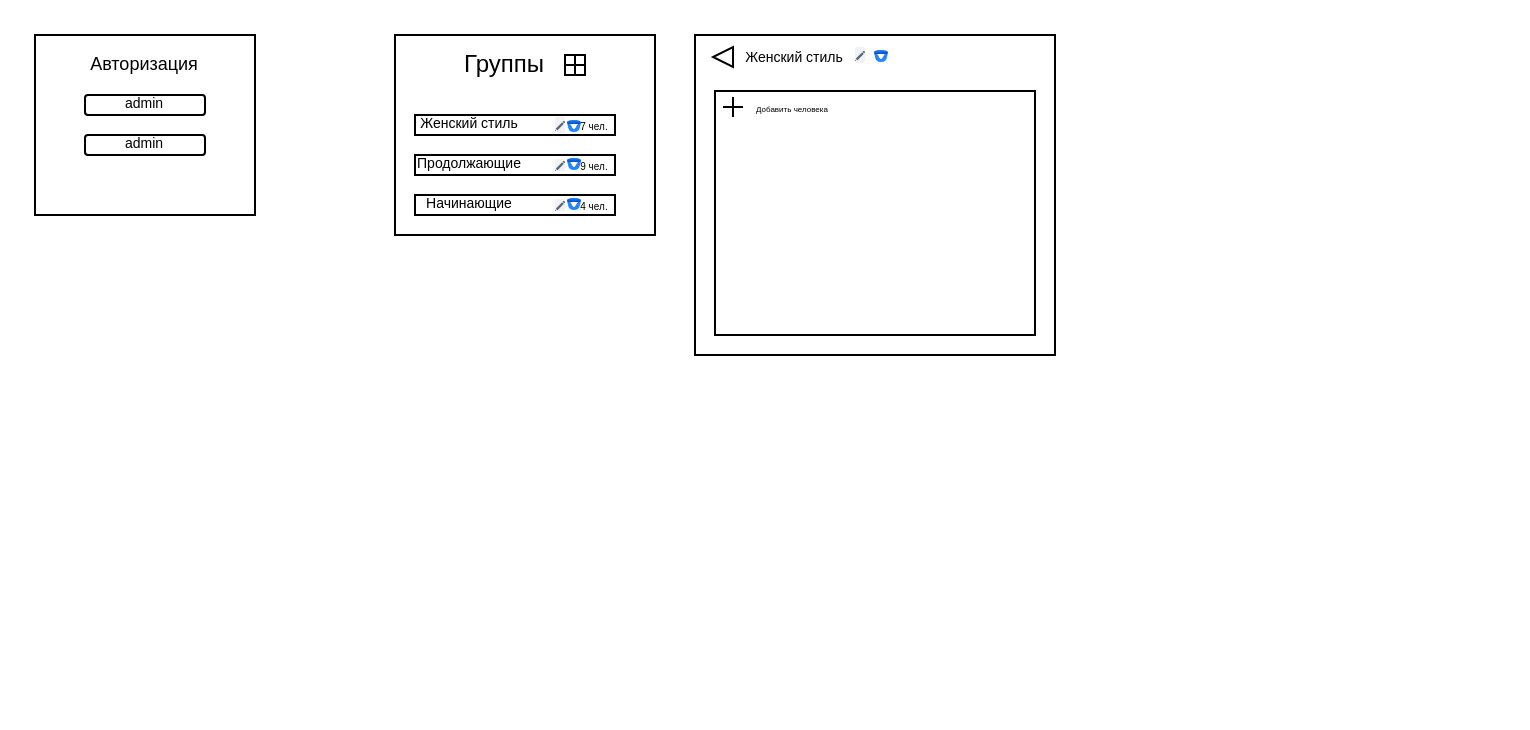
Above: Диаграмма без названия.drawio in ValentinBrest/CV (draw.io), before the change. Source tidied: cells renumbered, new cells numbered last; positions are measured from the earlier drawing's top-left corner, leaving out a move shared by most shapes. Both pictures are drawn from the tidied source at 200%, with x=0, y=0 at pixel (34, 34).
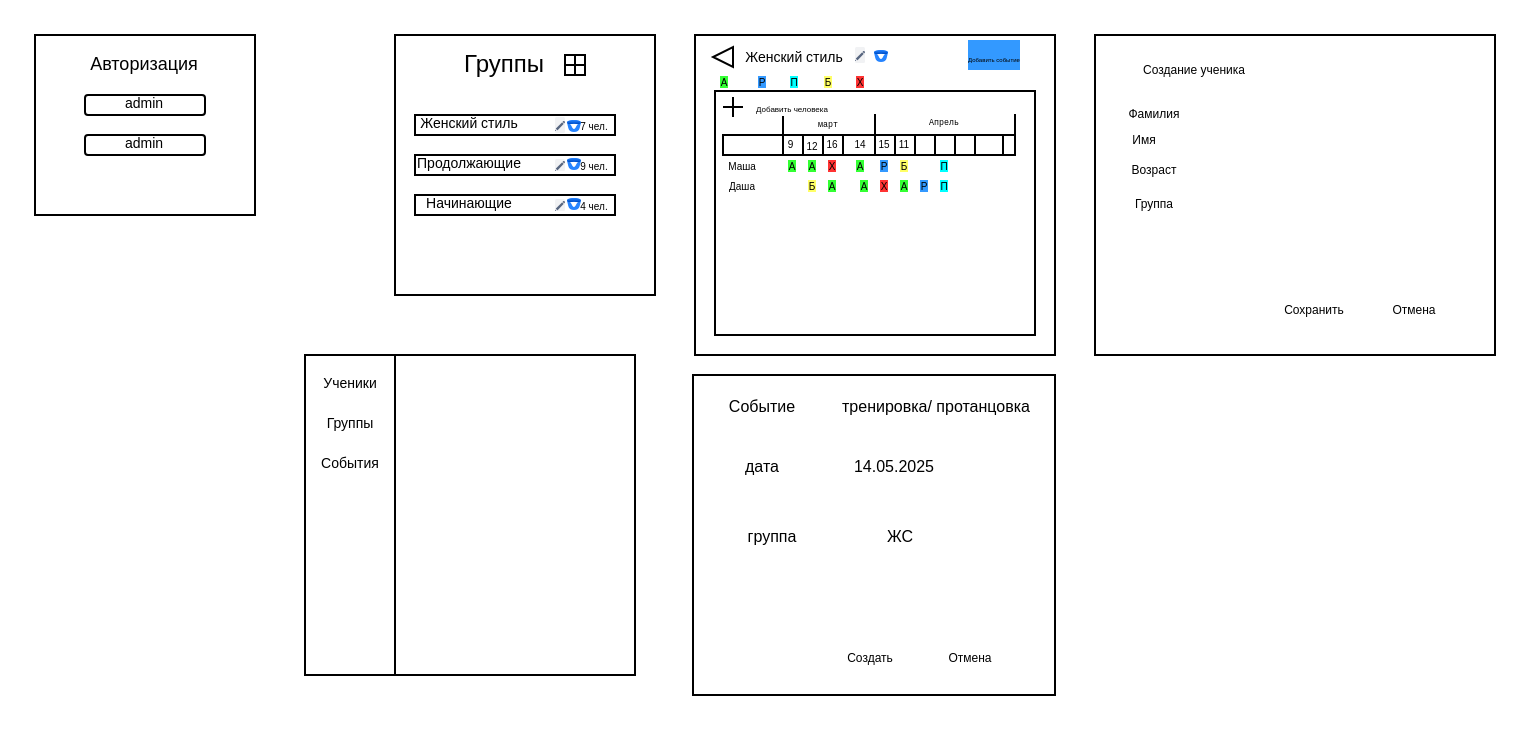
After the change.

The edit, as a diff of the source:
```diff
@@
     <mxCell id="8" style="rounded=0;whiteSpace=wrap;html=1;" parent="1" vertex="1">
-      <mxGeometry x="180" width="130" height="100" as="geometry" />
+      <mxGeometry x="180" width="130" height="130" as="geometry" />
     </mxCell>
@@
+    <mxCell id="39" style="rounded=0;whiteSpace=wrap;html=1;" parent="1" vertex="1">
+      <mxGeometry x="344" y="50" width="146" height="10" as="geometry" />
+    </mxCell>
+    <mxCell id="40" style="rounded=0;whiteSpace=wrap;html=1;" parent="1" vertex="1">
+      <mxGeometry x="530" width="200" height="160" as="geometry" />
+    </mxCell>
+    <mxCell id="41" value="Создание ученика" style="text;html=1;align=center;verticalAlign=middle;whiteSpace=wrap;rounded=0;fontSize=6;" parent="1" vertex="1">
+      <mxGeometry x="540" y="6" width="80" height="24" as="geometry" />
+    </mxCell>
+    <mxCell id="42" value="Фамилия" style="text;html=1;align=center;verticalAlign=middle;whiteSpace=wrap;rounded=0;fontSize=6;" parent="1" vertex="1">
+      <mxGeometry x="520" y="28" width="80" height="24" as="geometry" />
+    </mxCell>
+    <mxCell id="43" value="Имя" style="text;html=1;align=center;verticalAlign=middle;whiteSpace=wrap;rounded=0;fontSize=6;" parent="1" vertex="1">
+      <mxGeometry x="530" y="41" width="50" height="24" as="geometry" />
+    </mxCell>
+    <mxCell id="44" value="Возраст" style="text;html=1;align=center;verticalAlign=middle;whiteSpace=wrap;rounded=0;fontSize=6;" parent="1" vertex="1">
+      <mxGeometry x="520" y="56" width="80" height="24" as="geometry" />
+    </mxCell>
+    <mxCell id="45" value="Группа" style="text;html=1;align=center;verticalAlign=middle;whiteSpace=wrap;rounded=0;fontSize=6;" parent="1" vertex="1">
+      <mxGeometry x="520" y="73" width="80" height="24" as="geometry" />
+    </mxCell>
+    <mxCell id="46" value="Сохранить" style="text;html=1;align=center;verticalAlign=middle;whiteSpace=wrap;rounded=0;fontSize=6;" parent="1" vertex="1">
+      <mxGeometry x="600" y="126" width="80" height="24" as="geometry" />
+    </mxCell>
+    <mxCell id="47" value="Отмена" style="text;html=1;align=center;verticalAlign=middle;whiteSpace=wrap;rounded=0;fontSize=6;" parent="1" vertex="1">
+      <mxGeometry x="650" y="126" width="80" height="24" as="geometry" />
+    </mxCell>
+    <mxCell id="48" value="&lt;pre&gt;&lt;font style=&quot;font-size: 5px; line-height: 50%;&quot;&gt;&lt;sup&gt;март&lt;/sup&gt;&lt;/font&gt;&lt;/pre&gt;" style="shape=partialRectangle;whiteSpace=wrap;html=1;top=0;bottom=0;fillColor=none;align=center;" parent="1" vertex="1">
+      <mxGeometry x="374" y="41" width="46" height="9" as="geometry" />
+    </mxCell>
+    <mxCell id="49" value="&lt;pre&gt;&lt;font style=&quot;font-size: 5px; line-height: 50%;&quot;&gt;&lt;sup&gt;Апрель&lt;/sup&gt;&lt;/font&gt;&lt;/pre&gt;" style="shape=partialRectangle;whiteSpace=wrap;html=1;top=0;bottom=0;fillColor=none;align=center;" parent="1" vertex="1">
+      <mxGeometry x="420" y="40" width="70" height="9" as="geometry" />
+    </mxCell>
+    <mxCell id="50" style="shape=partialRectangle;whiteSpace=wrap;html=1;right=0;top=0;bottom=0;fillColor=none;routingCenterX=-0.5;" parent="1" vertex="1">
+      <mxGeometry x="374" y="50" width="6" height="10" as="geometry" />
+    </mxCell>
+    <mxCell id="51" style="shape=partialRectangle;whiteSpace=wrap;html=1;right=0;top=0;bottom=0;fillColor=none;routingCenterX=-0.5;" parent="1" vertex="1">
+      <mxGeometry x="384" y="50" width="6" height="10" as="geometry" />
+    </mxCell>
+    <mxCell id="52" style="shape=partialRectangle;whiteSpace=wrap;html=1;right=0;top=0;bottom=0;fillColor=none;routingCenterX=-0.5;" parent="1" vertex="1">
+      <mxGeometry x="394" y="50" width="6" height="10" as="geometry" />
+    </mxCell>
+    <mxCell id="53" style="shape=partialRectangle;whiteSpace=wrap;html=1;right=0;top=0;bottom=0;fillColor=none;routingCenterX=-0.5;" parent="1" vertex="1">
+      <mxGeometry x="404" y="50" width="6" height="10" as="geometry" />
+    </mxCell>
+    <mxCell id="54" style="shape=partialRectangle;whiteSpace=wrap;html=1;right=0;top=0;bottom=0;fillColor=none;routingCenterX=-0.5;" parent="1" vertex="1">
+      <mxGeometry x="420" y="50" width="6" height="10" as="geometry" />
+    </mxCell>
+    <mxCell id="55" style="shape=partialRectangle;whiteSpace=wrap;html=1;right=0;top=0;bottom=0;fillColor=none;routingCenterX=-0.5;" parent="1" vertex="1">
+      <mxGeometry x="430" y="50" width="6" height="10" as="geometry" />
+    </mxCell>
+    <mxCell id="56" style="shape=partialRectangle;whiteSpace=wrap;html=1;right=0;top=0;bottom=0;fillColor=none;routingCenterX=-0.5;" parent="1" vertex="1">
+      <mxGeometry x="440" y="50" width="6" height="10" as="geometry" />
+    </mxCell>
+    <mxCell id="57" style="shape=partialRectangle;whiteSpace=wrap;html=1;right=0;top=0;bottom=0;fillColor=none;routingCenterX=-0.5;" parent="1" vertex="1">
+      <mxGeometry x="450" y="50" width="6" height="10" as="geometry" />
+    </mxCell>
+    <mxCell id="58" style="shape=partialRectangle;whiteSpace=wrap;html=1;right=0;top=0;bottom=0;fillColor=none;routingCenterX=-0.5;" parent="1" vertex="1">
+      <mxGeometry x="460" y="50" width="6" height="10" as="geometry" />
+    </mxCell>
+    <mxCell id="59" style="shape=partialRectangle;whiteSpace=wrap;html=1;right=0;top=0;bottom=0;fillColor=none;routingCenterX=-0.5;" parent="1" vertex="1">
+      <mxGeometry x="470" y="50" width="6" height="10" as="geometry" />
+    </mxCell>
+    <mxCell id="60" style="shape=partialRectangle;whiteSpace=wrap;html=1;right=0;top=0;bottom=0;fillColor=none;routingCenterX=-0.5;" parent="1" vertex="1">
+      <mxGeometry x="484" y="50" width="6" height="10" as="geometry" />
+    </mxCell>
+    <mxCell id="61" value="9&amp;nbsp;" style="text;html=1;align=center;verticalAlign=middle;whiteSpace=wrap;rounded=0;fontSize=5;" parent="1" vertex="1">
+      <mxGeometry x="374" y="49" width="10" height="10" as="geometry" />
+    </mxCell>
+    <mxCell id="62" value="12" style="text;html=1;align=center;verticalAlign=middle;whiteSpace=wrap;rounded=0;fontSize=5;" parent="1" vertex="1">
+      <mxGeometry x="384" y="50" width="10" height="10" as="geometry" />
+    </mxCell>
+    <mxCell id="63" value="16" style="text;html=1;align=center;verticalAlign=middle;whiteSpace=wrap;rounded=0;fontSize=5;" parent="1" vertex="1">
+      <mxGeometry x="394" y="49" width="10" height="10" as="geometry" />
+    </mxCell>
+    <mxCell id="64" value="14" style="text;html=1;align=center;verticalAlign=middle;whiteSpace=wrap;rounded=0;fontSize=5;" parent="1" vertex="1">
+      <mxGeometry x="407.5" y="49" width="10" height="10" as="geometry" />
+    </mxCell>
+    <mxCell id="65" value="15" style="text;html=1;align=center;verticalAlign=middle;whiteSpace=wrap;rounded=0;fontSize=5;" parent="1" vertex="1">
+      <mxGeometry x="420" y="49" width="10" height="10" as="geometry" />
+    </mxCell>
+    <mxCell id="66" value="11" style="text;html=1;align=center;verticalAlign=middle;whiteSpace=wrap;rounded=0;fontSize=5;" parent="1" vertex="1">
+      <mxGeometry x="430" y="49" width="10" height="10" as="geometry" />
+    </mxCell>
+    <mxCell id="67" value="Маша" style="text;html=1;align=center;verticalAlign=middle;whiteSpace=wrap;rounded=0;fontSize=5;" parent="1" vertex="1">
+      <mxGeometry x="349" y="60" width="10" height="10" as="geometry" />
+    </mxCell>
+    <mxCell id="68" value="&lt;span style=&quot;background-color: rgb(51, 255, 51);&quot;&gt;А&lt;/span&gt;" style="text;html=1;align=center;verticalAlign=middle;whiteSpace=wrap;rounded=0;fontSize=5;labelBackgroundColor=default;" parent="1" vertex="1">
+      <mxGeometry x="374" y="60" width="10" height="10" as="geometry" />
+    </mxCell>
+    <mxCell id="69" value="&lt;span style=&quot;background-color: rgb(51, 255, 51);&quot;&gt;А&lt;/span&gt;" style="text;html=1;align=center;verticalAlign=middle;whiteSpace=wrap;rounded=0;fontSize=5;labelBackgroundColor=default;" parent="1" vertex="1">
+      <mxGeometry x="384" y="60" width="10" height="10" as="geometry" />
+    </mxCell>
+    <mxCell id="70" value="&lt;span style=&quot;background-color: rgb(51, 255, 51);&quot;&gt;А&lt;/span&gt;" style="text;html=1;align=center;verticalAlign=middle;whiteSpace=wrap;rounded=0;fontSize=5;labelBackgroundColor=default;" parent="1" vertex="1">
+      <mxGeometry x="407.5" y="60" width="10" height="10" as="geometry" />
+    </mxCell>
+    <mxCell id="71" value="&lt;span style=&quot;background-color: rgb(255, 51, 51);&quot;&gt;Х&lt;/span&gt;" style="text;html=1;align=center;verticalAlign=middle;whiteSpace=wrap;rounded=0;fontSize=5;labelBackgroundColor=default;" parent="1" vertex="1">
+      <mxGeometry x="394" y="60" width="10" height="10" as="geometry" />
+    </mxCell>
+    <mxCell id="72" value="&lt;span style=&quot;background-color: rgb(51, 153, 255);&quot;&gt;Р&lt;/span&gt;" style="text;html=1;align=center;verticalAlign=middle;whiteSpace=wrap;rounded=0;fontSize=5;labelBackgroundColor=default;" parent="1" vertex="1">
+      <mxGeometry x="420" y="60" width="10" height="10" as="geometry" />
+    </mxCell>
+    <mxCell id="73" value="&lt;span style=&quot;background-color: rgb(255, 255, 102);&quot;&gt;Б&lt;/span&gt;" style="text;html=1;align=center;verticalAlign=middle;whiteSpace=wrap;rounded=0;fontSize=5;labelBackgroundColor=default;" parent="1" vertex="1">
+      <mxGeometry x="430" y="60" width="10" height="10" as="geometry" />
+    </mxCell>
+    <mxCell id="74" value="Даша" style="text;html=1;align=center;verticalAlign=middle;whiteSpace=wrap;rounded=0;fontSize=5;" parent="1" vertex="1">
+      <mxGeometry x="349" y="70" width="10" height="10" as="geometry" />
+    </mxCell>
+    <mxCell id="75" value="&lt;span style=&quot;background-color: rgb(51, 255, 51);&quot;&gt;А&lt;/span&gt;" style="text;html=1;align=center;verticalAlign=middle;whiteSpace=wrap;rounded=0;fontSize=5;labelBackgroundColor=default;" parent="1" vertex="1">
+      <mxGeometry x="394" y="70" width="10" height="10" as="geometry" />
+    </mxCell>
+    <mxCell id="76" value="&lt;span style=&quot;background-color: rgb(51, 255, 51);&quot;&gt;А&lt;/span&gt;" style="text;html=1;align=center;verticalAlign=middle;whiteSpace=wrap;rounded=0;fontSize=5;labelBackgroundColor=default;" parent="1" vertex="1">
+      <mxGeometry x="410" y="70" width="10" height="10" as="geometry" />
+    </mxCell>
+    <mxCell id="77" value="&lt;span style=&quot;background-color: rgb(51, 255, 51);&quot;&gt;А&lt;/span&gt;" style="text;html=1;align=center;verticalAlign=middle;whiteSpace=wrap;rounded=0;fontSize=5;labelBackgroundColor=default;" parent="1" vertex="1">
+      <mxGeometry x="430" y="70" width="10" height="10" as="geometry" />
+    </mxCell>
+    <mxCell id="78" value="&lt;span style=&quot;background-color: rgb(255, 51, 51);&quot;&gt;Х&lt;/span&gt;" style="text;html=1;align=center;verticalAlign=middle;whiteSpace=wrap;rounded=0;fontSize=5;labelBackgroundColor=default;" parent="1" vertex="1">
+      <mxGeometry x="420" y="70" width="10" height="10" as="geometry" />
+    </mxCell>
+    <mxCell id="79" value="&lt;span style=&quot;background-color: rgb(51, 153, 255);&quot;&gt;Р&lt;/span&gt;" style="text;html=1;align=center;verticalAlign=middle;whiteSpace=wrap;rounded=0;fontSize=5;labelBackgroundColor=default;" parent="1" vertex="1">
+      <mxGeometry x="440" y="70" width="10" height="10" as="geometry" />
+    </mxCell>
+    <mxCell id="80" value="&lt;span style=&quot;background-color: rgb(255, 255, 102);&quot;&gt;Б&lt;/span&gt;" style="text;html=1;align=center;verticalAlign=middle;whiteSpace=wrap;rounded=0;fontSize=5;labelBackgroundColor=default;" parent="1" vertex="1">
+      <mxGeometry x="384" y="70" width="10" height="10" as="geometry" />
+    </mxCell>
+    <mxCell id="81" value="&lt;span style=&quot;background-color: rgb(51, 255, 51);&quot;&gt;А&lt;/span&gt;" style="text;html=1;align=center;verticalAlign=middle;whiteSpace=wrap;rounded=0;fontSize=5;labelBackgroundColor=default;" parent="1" vertex="1">
+      <mxGeometry x="340" y="18" width="10" height="10" as="geometry" />
+    </mxCell>
+    <mxCell id="82" value="&lt;span style=&quot;background-color: rgb(51, 153, 255);&quot;&gt;Р&lt;/span&gt;" style="text;html=1;align=center;verticalAlign=middle;whiteSpace=wrap;rounded=0;fontSize=5;labelBackgroundColor=default;" parent="1" vertex="1">
+      <mxGeometry x="359" y="18" width="10" height="10" as="geometry" />
+    </mxCell>
+    <mxCell id="83" value="&lt;span style=&quot;background-color: rgb(0, 255, 255);&quot;&gt;П&lt;/span&gt;" style="text;html=1;align=center;verticalAlign=middle;whiteSpace=wrap;rounded=0;fontSize=5;labelBackgroundColor=default;" parent="1" vertex="1">
+      <mxGeometry x="450" y="70" width="10" height="10" as="geometry" />
+    </mxCell>
+    <mxCell id="84" value="&lt;span style=&quot;background-color: rgb(0, 255, 255);&quot;&gt;П&lt;/span&gt;" style="text;html=1;align=center;verticalAlign=middle;whiteSpace=wrap;rounded=0;fontSize=5;labelBackgroundColor=default;" parent="1" vertex="1">
+      <mxGeometry x="450" y="60" width="10" height="10" as="geometry" />
+    </mxCell>
+    <mxCell id="85" value="&lt;span style=&quot;background-color: rgb(0, 255, 255);&quot;&gt;П&lt;/span&gt;" style="text;html=1;align=center;verticalAlign=middle;whiteSpace=wrap;rounded=0;fontSize=5;labelBackgroundColor=default;" parent="1" vertex="1">
+      <mxGeometry x="375" y="18" width="10" height="10" as="geometry" />
+    </mxCell>
+    <mxCell id="86" value="&lt;span style=&quot;background-color: rgb(255, 255, 102);&quot;&gt;Б&lt;/span&gt;" style="text;html=1;align=center;verticalAlign=middle;whiteSpace=wrap;rounded=0;fontSize=5;labelBackgroundColor=default;" parent="1" vertex="1">
+      <mxGeometry x="392" y="18" width="10" height="10" as="geometry" />
+    </mxCell>
+    <mxCell id="87" value="&lt;span style=&quot;background-color: rgb(255, 51, 51);&quot;&gt;Х&lt;/span&gt;" style="text;html=1;align=center;verticalAlign=middle;whiteSpace=wrap;rounded=0;fontSize=5;labelBackgroundColor=default;" parent="1" vertex="1">
+      <mxGeometry x="407.5" y="18" width="10" height="10" as="geometry" />
+    </mxCell>
+    <mxCell id="88" value="&lt;font style=&quot;font-size: 3px;&quot;&gt;Добавить событие&lt;/font&gt;" style="text;html=1;align=center;verticalAlign=middle;whiteSpace=wrap;rounded=0;labelBackgroundColor=#3399FF;" parent="1" vertex="1">
+      <mxGeometry x="450" y="6" width="60" height="8" as="geometry" />
+    </mxCell>
+    <mxCell id="89" style="rounded=0;whiteSpace=wrap;html=1;" parent="1" vertex="1">
+      <mxGeometry x="329" y="170" width="181" height="160" as="geometry" />
+    </mxCell>
+    <mxCell id="90" value="&lt;font style=&quot;font-size: 8px;&quot;&gt;Событие&lt;/font&gt;" style="text;html=1;align=center;verticalAlign=middle;whiteSpace=wrap;rounded=0;" parent="1" vertex="1">
+      <mxGeometry x="334" y="170" width="60" height="30" as="geometry" />
+    </mxCell>
+    <mxCell id="91" value="&lt;font style=&quot;font-size: 8px;&quot;&gt;тренировка/ протанцовка&lt;/font&gt;" style="text;html=1;align=center;verticalAlign=middle;whiteSpace=wrap;rounded=0;" parent="1" vertex="1">
+      <mxGeometry x="392" y="170" width="118" height="30" as="geometry" />
+    </mxCell>
+    <mxCell id="92" value="&lt;font style=&quot;font-size: 8px;&quot;&gt;дата&lt;/font&gt;" style="text;html=1;align=center;verticalAlign=middle;whiteSpace=wrap;rounded=0;" parent="1" vertex="1">
+      <mxGeometry x="334" y="200" width="60" height="30" as="geometry" />
+    </mxCell>
+    <mxCell id="93" value="&lt;font style=&quot;font-size: 8px;&quot;&gt;14.05.2025&lt;/font&gt;" style="text;html=1;align=center;verticalAlign=middle;whiteSpace=wrap;rounded=0;" parent="1" vertex="1">
+      <mxGeometry x="400" y="200" width="60" height="30" as="geometry" />
+    </mxCell>
+    <mxCell id="94" value="&lt;font style=&quot;font-size: 8px;&quot;&gt;группа&lt;/font&gt;" style="text;html=1;align=center;verticalAlign=middle;whiteSpace=wrap;rounded=0;" parent="1" vertex="1">
+      <mxGeometry x="339" y="235" width="60" height="30" as="geometry" />
+    </mxCell>
+    <mxCell id="95" value="&lt;font style=&quot;font-size: 8px;&quot;&gt;ЖС&lt;/font&gt;" style="text;html=1;align=center;verticalAlign=middle;whiteSpace=wrap;rounded=0;" parent="1" vertex="1">
+      <mxGeometry x="403" y="235" width="60" height="30" as="geometry" />
+    </mxCell>
+    <mxCell id="96" value="Создать" style="text;html=1;align=center;verticalAlign=middle;whiteSpace=wrap;rounded=0;fontSize=6;" parent="1" vertex="1">
+      <mxGeometry x="378" y="300" width="80" height="24" as="geometry" />
+    </mxCell>
+    <mxCell id="97" value="Отмена" style="text;html=1;align=center;verticalAlign=middle;whiteSpace=wrap;rounded=0;fontSize=6;" parent="1" vertex="1">
+      <mxGeometry x="428" y="300" width="80" height="24" as="geometry" />
+    </mxCell>
+    <mxCell id="98" style="rounded=0;whiteSpace=wrap;html=1;" parent="1" vertex="1">
+      <mxGeometry x="135" y="160" width="165" height="160" as="geometry" />
+    </mxCell>
+    <mxCell id="99" style="rounded=0;whiteSpace=wrap;html=1;" parent="1" vertex="1">
+      <mxGeometry x="135" y="160" width="45" height="160" as="geometry" />
+    </mxCell>
+    <mxCell id="100" value="Ученики" style="text;html=1;align=center;verticalAlign=middle;whiteSpace=wrap;rounded=0;fontSize=7;" parent="1" vertex="1">
+      <mxGeometry x="142.5" y="170" width="30" height="10" as="geometry" />
+    </mxCell>
+    <mxCell id="101" value="Группы" style="text;html=1;align=center;verticalAlign=middle;whiteSpace=wrap;rounded=0;fontSize=7;" parent="1" vertex="1">
+      <mxGeometry x="142.5" y="190" width="30" height="10" as="geometry" />
+    </mxCell>
+    <mxCell id="102" value="События" style="text;html=1;align=center;verticalAlign=middle;whiteSpace=wrap;rounded=0;fontSize=7;" parent="1" vertex="1">
+      <mxGeometry x="142.5" y="210" width="30" height="10" as="geometry" />
+    </mxCell>
```
